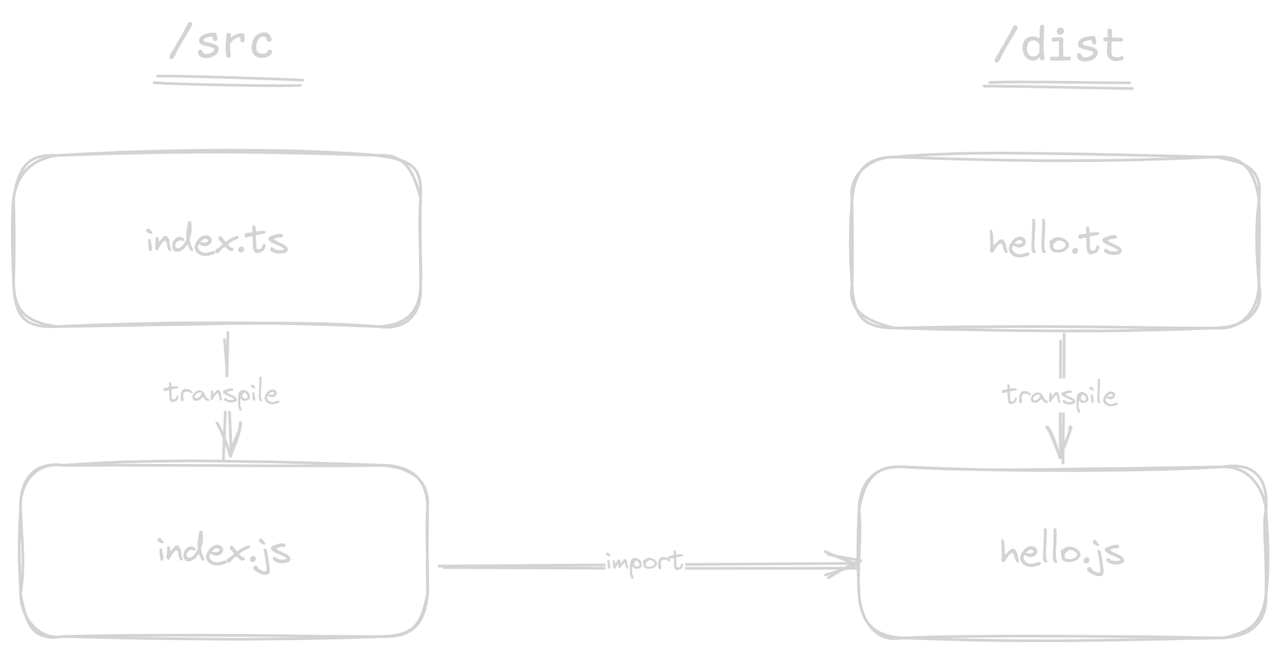
giltayar/module-resolution-from-the-ground-up keeps this Excalidraw diagram as 06-typescript-module-resolution/02-moduleResolution-nodenext-tsconfig/images/import-transpile.png. Above is the earlier version. Source tidied: one line per element, renumbered; positions are measured from the earlier drawing's top-left corner, leaving out a move shared by most shapes. The source it was exported from:
```json
{"id": 0, "type": "rectangle", "strokeColor": "#1e1e1e", "strokeWidth": 2, "roughness": 2, "round": true, "x": 0, "y": 104, "width": 299, "height": 126}
{"id": 1, "type": "text", "text": "index.ts", "strokeColor": "#1e1e1e", "strokeWidth": 2, "roughness": 2, "fontSize": 28, "fontFamily": 1, "textAlign": "center", "verticalAlign": "middle", "inside": 0, "x": 96, "y": 150, "width": 107, "height": 35}
{"id": 2, "type": "rectangle", "strokeColor": "#1e1e1e", "strokeWidth": 2, "roughness": 2, "round": true, "x": 616, "y": 105, "width": 299, "height": 126}
{"id": 3, "type": "text", "text": "hello.ts", "strokeColor": "#1e1e1e", "strokeWidth": 2, "roughness": 2, "fontSize": 28, "fontFamily": 1, "textAlign": "center", "verticalAlign": "middle", "inside": 2, "x": 716, "y": 151, "width": 99, "height": 35}
{"id": 4, "type": "rectangle", "strokeColor": "#1e1e1e", "strokeWidth": 2, "roughness": 2, "round": true, "x": 5, "y": 332, "width": 299, "height": 126}
{"id": 5, "type": "text", "text": "index.js", "strokeColor": "#1e1e1e", "strokeWidth": 2, "roughness": 2, "fontSize": 28, "fontFamily": 1, "textAlign": "center", "verticalAlign": "middle", "inside": 4, "x": 105, "y": 377, "width": 100, "height": 35}
{"id": 6, "type": "rectangle", "strokeColor": "#1e1e1e", "strokeWidth": 2, "roughness": 2, "round": true, "x": 621, "y": 333, "width": 299, "height": 126}
{"id": 7, "type": "text", "text": "hello.js", "strokeColor": "#1e1e1e", "strokeWidth": 2, "roughness": 2, "fontSize": 28, "fontFamily": 1, "textAlign": "center", "verticalAlign": "middle", "inside": 6, "x": 725, "y": 379, "width": 92, "height": 35}
{"id": 8, "type": "arrow", "strokeColor": "#1e1e1e", "strokeWidth": 2, "roughness": 2, "endArrowhead": "arrow", "round": true, "from": 0, "to": 4, "x": 153, "y": 234, "width": 0, "height": 91, "points": [[0, 0], [0, 91]]}
{"id": 9, "type": "text", "text": "transpile", "strokeColor": "#1e1e1e", "strokeWidth": 2, "roughness": 2, "fontSize": 20, "fontFamily": 1, "textAlign": "center", "verticalAlign": "middle", "inside": 8, "x": 109, "y": 267, "width": 87, "height": 25}
{"id": 10, "type": "arrow", "strokeColor": "#1e1e1e", "strokeWidth": 2, "roughness": 2, "endArrowhead": "arrow", "round": true, "from": 2, "to": 6, "x": 769, "y": 235, "width": 0, "height": 91, "points": [[0, 0], [0, 91]]}
{"id": 11, "type": "text", "text": "transpile", "strokeColor": "#1e1e1e", "strokeWidth": 2, "roughness": 2, "fontSize": 20, "fontFamily": 1, "textAlign": "center", "verticalAlign": "middle", "inside": 10, "x": 119, "y": 277, "width": 87, "height": 25}
{"id": 12, "type": "arrow", "strokeColor": "#1e1e1e", "strokeWidth": 2, "roughness": 2, "endArrowhead": "arrow", "round": true, "from": 4, "to": 6, "x": 313, "y": 403, "width": 302, "height": 0, "points": [[0, 0], [302, 0]]}
{"id": 13, "type": "text", "text": "import", "strokeColor": "#1e1e1e", "strokeWidth": 2, "roughness": 2, "fontSize": 20, "fontFamily": 1, "textAlign": "center", "verticalAlign": "middle", "inside": 12, "x": 435, "y": 391, "width": 59, "height": 25}
{"id": 14, "type": "text", "text": "/src", "strokeColor": "#1e1e1e", "strokeWidth": 2, "strokeStyle": "dotted", "roughness": 2, "fontSize": 36, "fontFamily": 8, "x": 113, "y": 0, "width": 79, "height": 45}
{"id": 15, "type": "text", "text": "/dist", "strokeColor": "#1e1e1e", "strokeWidth": 2, "strokeStyle": "dotted", "roughness": 2, "fontSize": 36, "fontFamily": 8, "x": 720, "y": 3, "width": 99, "height": 45}
{"id": 16, "type": "line", "strokeColor": "#1e1e1e", "strokeWidth": 2, "roughness": 2, "round": true, "x": 104, "y": 49, "width": 107, "height": 0, "points": [[0, 0], [107, 0]]}
{"id": 17, "type": "line", "strokeColor": "#1e1e1e", "strokeWidth": 2, "roughness": 2, "round": true, "x": 715, "y": 54, "width": 107, "height": 0, "points": [[0, 0], [107, 0]]}
```
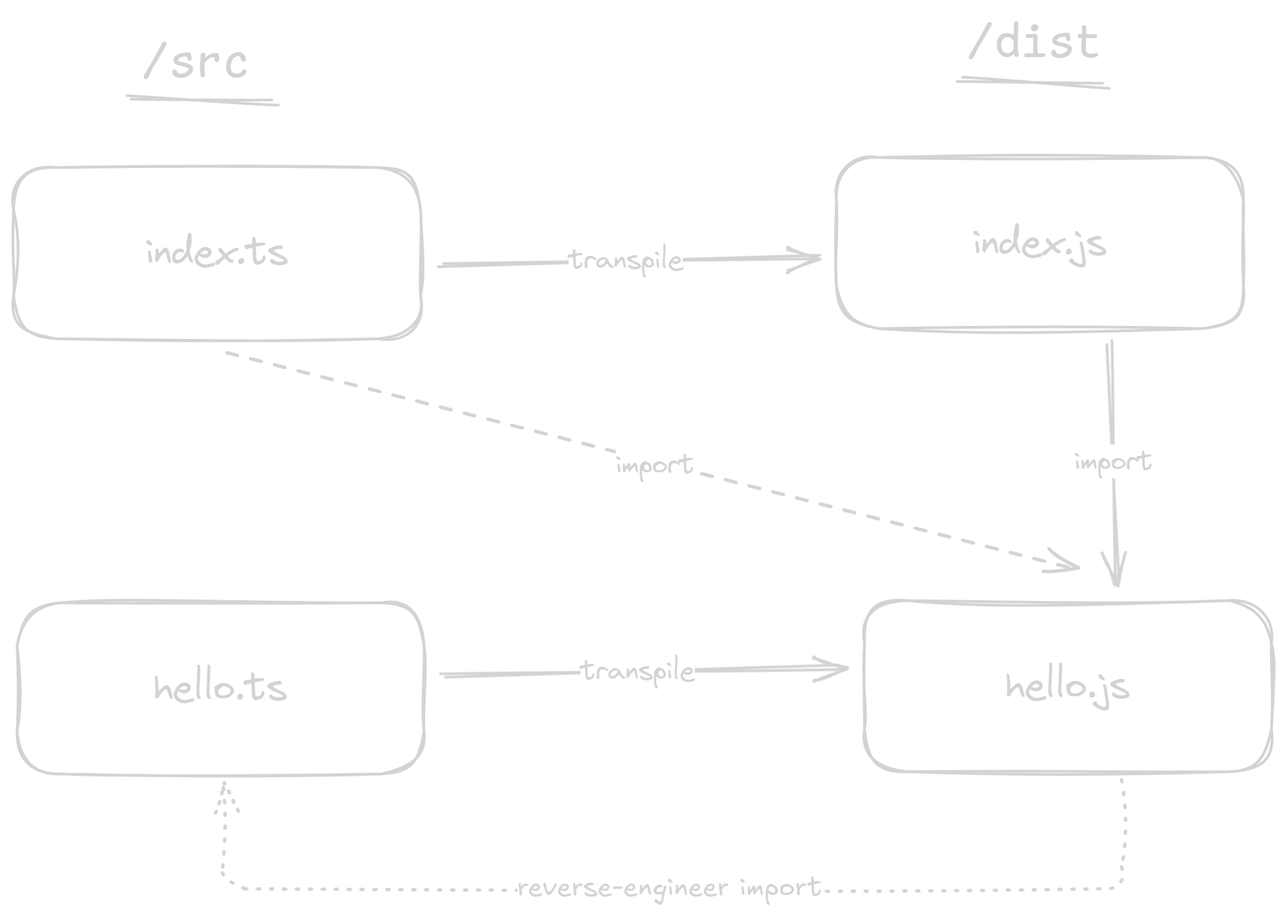
After the change.

Diff of the diagram source:
```diff
@@ -1,18 +1,22 @@
-{"id": 0, "type": "rectangle", "strokeColor": "#1e1e1e", "strokeWidth": 2, "roughness": 2, "round": true, "x": 0, "y": 104, "width": 299, "height": 126}
+{"id": 18, "type": "rectangle", "strokeColor": "#1e1e1e", "strokeWidth": 2, "roughness": 2, "round": true, "x": 1193, "y": -168, "width": 299, "height": 126}
-{"id": 1, "type": "text", "text": "index.ts", "strokeColor": "#1e1e1e", "strokeWidth": 2, "roughness": 2, "fontSize": 28, "fontFamily": 1, "textAlign": "center", "verticalAlign": "middle", "inside": 0, "x": 96, "y": 150, "width": 107, "height": 35}
+{"id": 1, "type": "text", "text": "index.ts", "strokeColor": "#1e1e1e", "strokeWidth": 2, "roughness": 2, "fontSize": 28, "fontFamily": 1, "textAlign": "center", "verticalAlign": "middle", "inside": 18, "x": 1289, "y": -123, "width": 107, "height": 35}
-{"id": 2, "type": "rectangle", "strokeColor": "#1e1e1e", "strokeWidth": 2, "roughness": 2, "round": true, "x": 616, "y": 105, "width": 299, "height": 126}
+{"id": 19, "type": "rectangle", "strokeColor": "#1e1e1e", "strokeWidth": 2, "roughness": 2, "round": true, "x": 1196, "y": 151, "width": 299, "height": 126}
-{"id": 3, "type": "text", "text": "hello.ts", "strokeColor": "#1e1e1e", "strokeWidth": 2, "roughness": 2, "fontSize": 28, "fontFamily": 1, "textAlign": "center", "verticalAlign": "middle", "inside": 2, "x": 716, "y": 151, "width": 99, "height": 35}
+{"id": 3, "type": "text", "text": "hello.ts", "strokeColor": "#1e1e1e", "strokeWidth": 2, "roughness": 2, "fontSize": 28, "fontFamily": 1, "textAlign": "center", "verticalAlign": "middle", "inside": 19, "x": 1296, "y": 197, "width": 99, "height": 35}
-{"id": 4, "type": "rectangle", "strokeColor": "#1e1e1e", "strokeWidth": 2, "roughness": 2, "round": true, "x": 5, "y": 332, "width": 299, "height": 126}
+{"id": 20, "type": "rectangle", "strokeColor": "#1e1e1e", "strokeWidth": 2, "roughness": 2, "round": true, "x": 1798, "y": -176, "width": 299, "height": 126}
-{"id": 5, "type": "text", "text": "index.js", "strokeColor": "#1e1e1e", "strokeWidth": 2, "roughness": 2, "fontSize": 28, "fontFamily": 1, "textAlign": "center", "verticalAlign": "middle", "inside": 4, "x": 105, "y": 377, "width": 100, "height": 35}
+{"id": 5, "type": "text", "text": "index.js", "strokeColor": "#1e1e1e", "strokeWidth": 2, "roughness": 2, "fontSize": 28, "fontFamily": 1, "textAlign": "center", "verticalAlign": "middle", "inside": 20, "x": 1897, "y": -130, "width": 100, "height": 35}
-{"id": 6, "type": "rectangle", "strokeColor": "#1e1e1e", "strokeWidth": 2, "roughness": 2, "round": true, "x": 621, "y": 333, "width": 299, "height": 126}
+{"id": 21, "type": "rectangle", "strokeColor": "#1e1e1e", "strokeWidth": 2, "roughness": 2, "round": true, "x": 1818, "y": 150, "width": 299, "height": 126}
-{"id": 7, "type": "text", "text": "hello.js", "strokeColor": "#1e1e1e", "strokeWidth": 2, "roughness": 2, "fontSize": 28, "fontFamily": 1, "textAlign": "center", "verticalAlign": "middle", "inside": 6, "x": 725, "y": 379, "width": 92, "height": 35}
+{"id": 7, "type": "text", "text": "hello.js", "strokeColor": "#1e1e1e", "strokeWidth": 2, "roughness": 2, "fontSize": 28, "fontFamily": 1, "textAlign": "center", "verticalAlign": "middle", "inside": 21, "x": 1922, "y": 195, "width": 92, "height": 35}
-{"id": 8, "type": "arrow", "strokeColor": "#1e1e1e", "strokeWidth": 2, "roughness": 2, "endArrowhead": "arrow", "round": true, "from": 0, "to": 4, "x": 153, "y": 234, "width": 0, "height": 91, "points": [[0, 0], [0, 91]]}
-{"id": 9, "type": "text", "text": "transpile", "strokeColor": "#1e1e1e", "strokeWidth": 2, "roughness": 2, "fontSize": 20, "fontFamily": 1, "textAlign": "center", "verticalAlign": "middle", "inside": 8, "x": 109, "y": 267, "width": 87, "height": 25}
-{"id": 10, "type": "arrow", "strokeColor": "#1e1e1e", "strokeWidth": 2, "roughness": 2, "endArrowhead": "arrow", "round": true, "from": 2, "to": 6, "x": 769, "y": 235, "width": 0, "height": 91, "points": [[0, 0], [0, 91]]}
-{"id": 11, "type": "text", "text": "transpile", "strokeColor": "#1e1e1e", "strokeWidth": 2, "roughness": 2, "fontSize": 20, "fontFamily": 1, "textAlign": "center", "verticalAlign": "middle", "inside": 10, "x": 119, "y": 277, "width": 87, "height": 25}
-{"id": 12, "type": "arrow", "strokeColor": "#1e1e1e", "strokeWidth": 2, "roughness": 2, "endArrowhead": "arrow", "round": true, "from": 4, "to": 6, "x": 313, "y": 403, "width": 302, "height": 0, "points": [[0, 0], [302, 0]]}
-{"id": 13, "type": "text", "text": "import", "strokeColor": "#1e1e1e", "strokeWidth": 2, "roughness": 2, "fontSize": 20, "fontFamily": 1, "textAlign": "center", "verticalAlign": "middle", "inside": 12, "x": 435, "y": 391, "width": 59, "height": 25}
+{"id": 22, "type": "arrow", "strokeColor": "#1e1e1e", "strokeWidth": 2, "roughness": 2, "endArrowhead": "arrow", "round": true, "from": 18, "to": 20, "x": 1505, "y": -97, "width": 276, "height": 6, "points": [[0, 0], [276, -6]]}
+{"id": 23, "type": "text", "text": "transpile", "strokeColor": "#1e1e1e", "strokeWidth": 2, "roughness": 2, "fontSize": 20, "fontFamily": 1, "textAlign": "center", "verticalAlign": "middle", "inside": 22, "x": 119, "y": 277, "width": 84, "height": 25}
+{"id": 24, "type": "arrow", "strokeColor": "#1e1e1e", "strokeWidth": 2, "roughness": 2, "endArrowhead": "arrow", "round": true, "from": 19, "to": 21, "x": 1507, "y": 206, "width": 290, "height": 8, "points": [[0, 0], [290, -8]]}
+{"id": 25, "type": "text", "text": "transpile", "strokeColor": "#1e1e1e", "strokeWidth": 2, "roughness": 2, "fontSize": 20, "fontFamily": 1, "textAlign": "center", "verticalAlign": "middle", "inside": 24, "x": 129, "y": 287, "width": 84, "height": 25}
+{"id": 26, "type": "arrow", "strokeColor": "#1e1e1e", "strokeWidth": 2, "strokeStyle": "dashed", "roughness": 2, "endArrowhead": "arrow", "round": true, "from": 18, "to": 21, "x": 1351, "y": -30, "width": 628, "height": 161, "points": [[0, 0], [628, 161]]}
+{"id": 27, "type": "text", "text": "import", "strokeColor": "#1e1e1e", "strokeWidth": 2, "roughness": 2, "fontSize": 20, "fontFamily": 1, "textAlign": "center", "verticalAlign": "middle", "inside": 26, "x": 445, "y": 401, "width": 58, "height": 25}
+{"id": 28, "type": "arrow", "strokeColor": "#1e1e1e", "strokeWidth": 2, "roughness": 2, "endArrowhead": "arrow", "round": true, "x": 1998, "y": -40, "width": 7, "height": 175, "points": [[0, 0], [7, 175]]}
+{"id": 29, "type": "text", "text": "import", "strokeColor": "#1e1e1e", "strokeWidth": 2, "roughness": 2, "fontSize": 20, "fontFamily": 1, "textAlign": "center", "verticalAlign": "middle", "inside": 28, "x": 1656, "y": 58, "width": 58, "height": 25}
-{"id": 14, "type": "text", "text": "/src", "strokeColor": "#1e1e1e", "strokeWidth": 2, "strokeStyle": "dotted", "roughness": 2, "fontSize": 36, "fontFamily": 8, "x": 113, "y": 0, "width": 79, "height": 45}
+{"id": 14, "type": "text", "text": "/src", "strokeColor": "#1e1e1e", "strokeWidth": 2, "strokeStyle": "dotted", "roughness": 2, "fontSize": 36, "fontFamily": 8, "x": 1287, "y": -267, "width": 79, "height": 45}
+{"id": 30, "type": "line", "strokeColor": "#1e1e1e", "strokeWidth": 2, "roughness": 2, "round": true, "x": 1278, "y": -218, "width": 107, "height": 0, "points": [[0, 0], [107, 0]]}
-{"id": 15, "type": "text", "text": "/dist", "strokeColor": "#1e1e1e", "strokeWidth": 2, "strokeStyle": "dotted", "roughness": 2, "fontSize": 36, "fontFamily": 8, "x": 720, "y": 3, "width": 99, "height": 45}
+{"id": 15, "type": "text", "text": "/dist", "strokeColor": "#1e1e1e", "strokeWidth": 2, "strokeStyle": "dotted", "roughness": 2, "fontSize": 36, "fontFamily": 8, "x": 1894, "y": -282, "width": 99, "height": 45}
-{"id": 16, "type": "line", "strokeColor": "#1e1e1e", "strokeWidth": 2, "roughness": 2, "round": true, "x": 104, "y": 49, "width": 107, "height": 0, "points": [[0, 0], [107, 0]]}
-{"id": 17, "type": "line", "strokeColor": "#1e1e1e", "strokeWidth": 2, "roughness": 2, "round": true, "x": 715, "y": 54, "width": 107, "height": 0, "points": [[0, 0], [107, 0]]}
+{"id": 31, "type": "line", "strokeColor": "#1e1e1e", "strokeWidth": 2, "roughness": 2, "round": true, "x": 1889, "y": -231, "width": 107, "height": 0, "points": [[0, 0], [107, 0]]}
+{"id": 32, "type": "arrow", "strokeColor": "#1e1e1e", "strokeWidth": 2, "strokeStyle": "dotted", "roughness": 2, "endArrowhead": "arrow", "from": 21, "to": 19, "x": 2006, "y": 281, "width": 661, "height": 80, "points": [[0, 0], [0, 80], [-661, 80], [-661, 2]]}
+{"id": 33, "type": "text", "text": "reverse-engineer import", "strokeColor": "#1e1e1e", "strokeWidth": 2, "strokeStyle": "dotted", "roughness": 2, "fontSize": 20, "fontFamily": 5, "textAlign": "center", "verticalAlign": "middle", "inside": 32, "x": 1563, "y": 414, "width": 224, "height": 25}
```
